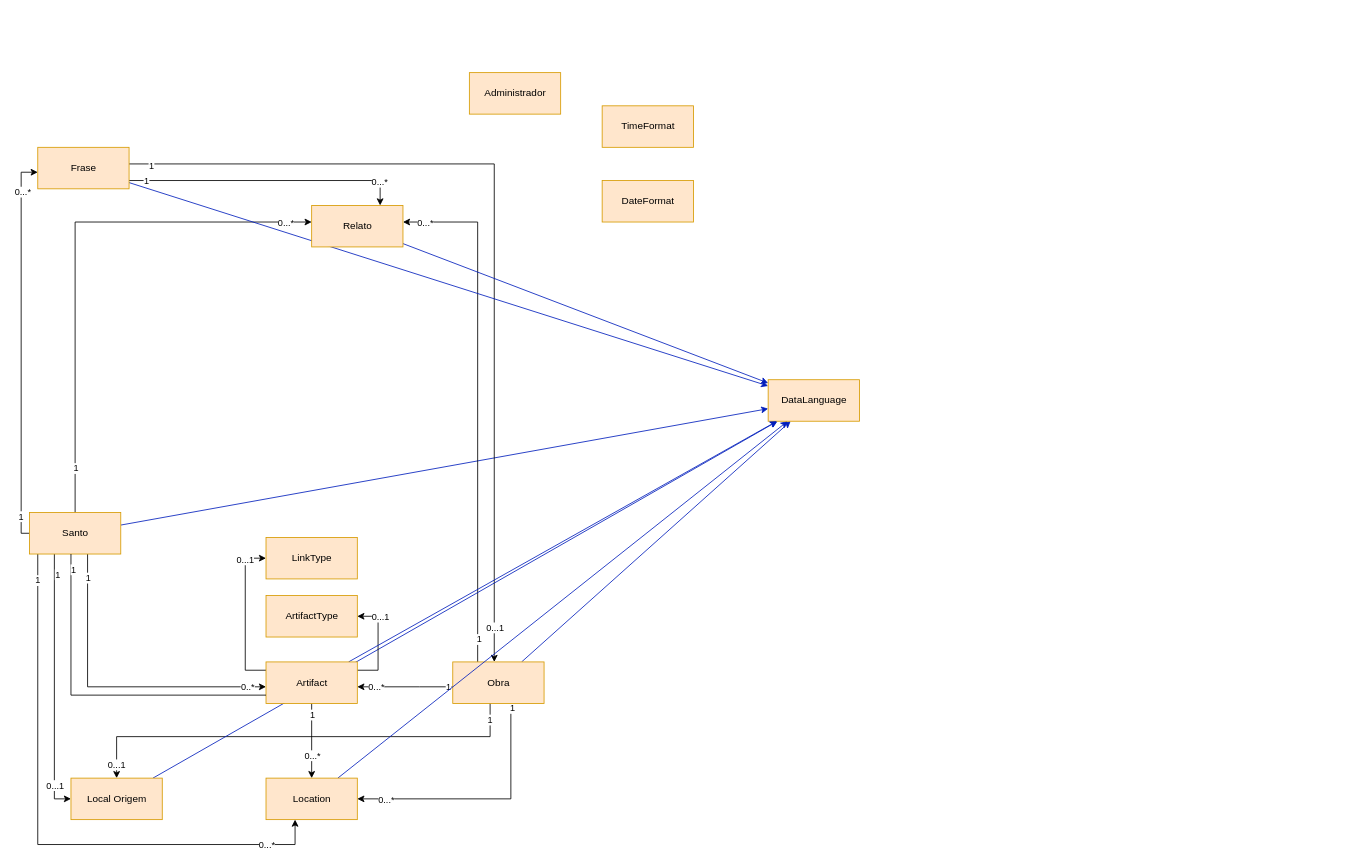
Earlier version of the draw.io diagram page "Conceptual Model" (1 of 2) of Documentation/Untitled Diagram.drawio (the-catholics/Saints-API). Source tidied: cells renumbered, new cells numbered last; positions are measured from the earlier drawing's top-left corner, leaving out a move shared by most shapes. Both pictures are drawn from the tidied source at 83%, with x=0, y=0 at pixel (21, 72).
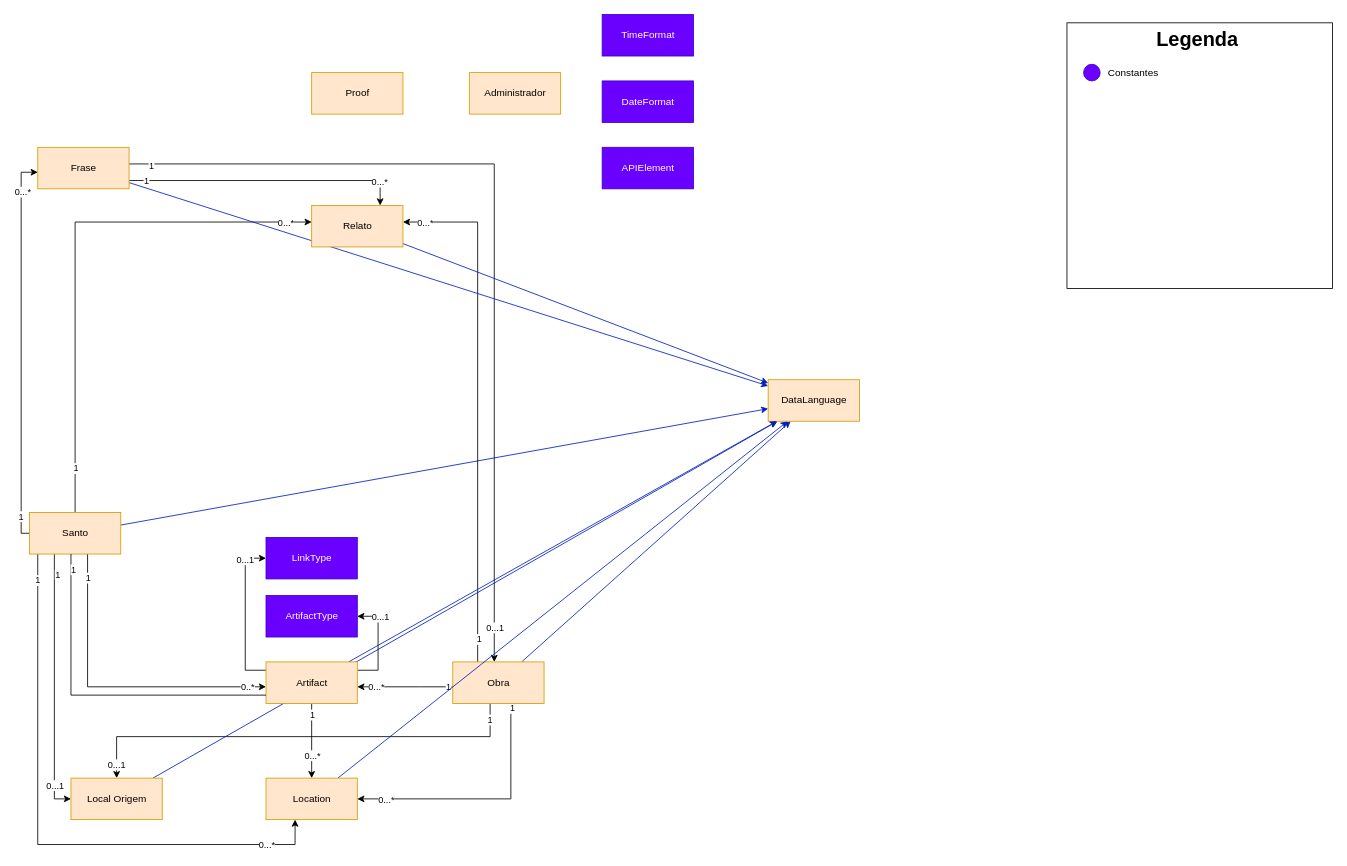
The same diagram, later.

Diff of the diagram source:
```diff
@@
-    <mxCell id="51" value="DateFormat" style="html=1;fillColor=#ffe6cc;strokeColor=#d79b00;" parent="1" vertex="1">
-      <mxGeometry x="700" y="130" width="110" height="50" as="geometry" />
+    <mxCell id="51" value="DateFormat" style="html=1;fillColor=#6a00ff;strokeColor=#3700CC;fontColor=#ffffff;" parent="1" vertex="1">
+      <mxGeometry x="700" y="10" width="110" height="50" as="geometry" />
     </mxCell>
-    <mxCell id="52" value="TimeFormat" style="html=1;fillColor=#ffe6cc;strokeColor=#d79b00;" parent="1" vertex="1">
-      <mxGeometry x="700" y="40" width="110" height="50" as="geometry" />
+    <mxCell id="52" value="TimeFormat" style="html=1;fillColor=#6a00ff;strokeColor=#3700CC;fontColor=#ffffff;" parent="1" vertex="1">
+      <mxGeometry x="700" y="-70" width="110" height="50" as="geometry" />
     </mxCell>
@@
-    <mxCell id="62" value="ArtifactType" style="html=1;fillColor=#ffe6cc;strokeColor=#d79b00;" parent="1" vertex="1">
+    <mxCell id="62" value="ArtifactType" style="html=1;fillColor=#6a00ff;strokeColor=#3700CC;fontColor=#ffffff;" parent="1" vertex="1">
       <mxGeometry x="295" y="630" width="110" height="50" as="geometry" />
     </mxCell>
-    <mxCell id="63" value="LinkType" style="html=1;fillColor=#ffe6cc;strokeColor=#d79b00;" parent="1" vertex="1">
+    <mxCell id="63" value="LinkType" style="html=1;fillColor=#6a00ff;strokeColor=#3700CC;fontColor=#ffffff;" parent="1" vertex="1">
       <mxGeometry x="295" y="560" width="110" height="50" as="geometry" />
     </mxCell>
+    <mxCell id="64" style="whiteSpace=wrap;html=1;" parent="1" vertex="1">
+      <mxGeometry x="1260" y="-60" width="320" height="320" as="geometry" />
+    </mxCell>
+    <mxCell id="65" value="&lt;h1&gt;Legenda&lt;/h1&gt;" style="text;html=1;strokeColor=none;fillColor=none;spacing=5;spacingTop=-20;whiteSpace=wrap;overflow=hidden;rounded=0;" parent="1" vertex="1">
+      <mxGeometry x="1362.5" y="-60" width="115" height="40" as="geometry" />
+    </mxCell>
+    <mxCell id="66" style="ellipse;whiteSpace=wrap;html=1;fillColor=#6a00ff;fontColor=#ffffff;strokeColor=#3700CC;" parent="1" vertex="1">
+      <mxGeometry x="1280" y="-10" width="20" height="20" as="geometry" />
+    </mxCell>
+    <mxCell id="67" value="Constantes" style="text;html=1;strokeColor=none;fillColor=none;align=center;verticalAlign=middle;whiteSpace=wrap;rounded=0;" parent="1" vertex="1">
+      <mxGeometry x="1310" y="-15" width="60" height="30" as="geometry" />
+    </mxCell>
+    <mxCell id="68" value="Proof" style="html=1;fillColor=#ffe6cc;strokeColor=#d79b00;" parent="1" vertex="1">
+      <mxGeometry x="350" width="110" height="50" as="geometry" />
+    </mxCell>
+    <mxCell id="69" value="APIElement" style="html=1;fillColor=#6a00ff;strokeColor=#3700CC;fontColor=#ffffff;" parent="1" vertex="1">
+      <mxGeometry x="700" y="90" width="110" height="50" as="geometry" />
+    </mxCell>
```
